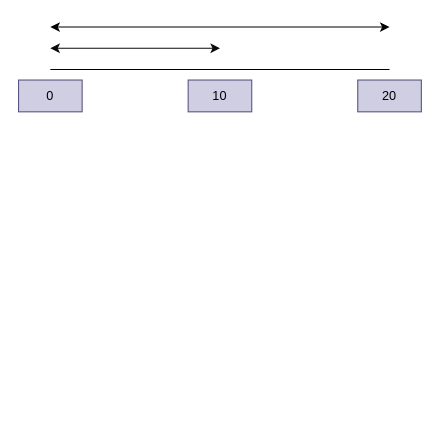
Earlier version of the draw.io diagram Data Science/std_dev.drawio (Navazdeen/ML_handson). Source tidied: cells renumbered, new cells numbered last; positions are measured from the earlier drawing's top-left corner, leaving out a move shared by most shapes. Both pictures are drawn from the tidied source at 106%, with x=0, y=0 at pixel (18, 26).
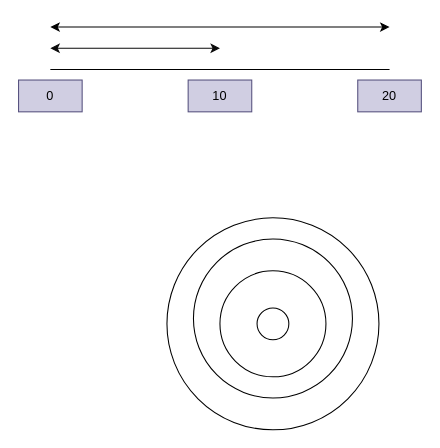
The same diagram, later.

Change to the diagram source:
```diff
@@
 <mxGraphModel background="#ffffff">
   <root>
     <mxCell id="0" />
     <mxCell id="1" parent="0" />
     <mxCell id="2" style="endArrow=none;html=1;strokeColor=#000000;" parent="1" edge="1">
       <mxGeometry relative="1" as="geometry">
         <mxPoint x="30" y="40" as="sourcePoint" />
         <mxPoint x="350" y="40" as="targetPoint" />
       </mxGeometry>
     </mxCell>
     <mxCell id="3" value="0" style="text;html=1;align=center;verticalAlign=middle;whiteSpace=wrap;rounded=0;fillColor=#d0cee2;strokeColor=#56517e;" parent="1" vertex="1">
       <mxGeometry y="50" width="60" height="30" as="geometry" />
     </mxCell>
     <mxCell id="4" value="20" style="text;html=1;strokeColor=#56517e;fillColor=#d0cee2;align=center;verticalAlign=middle;whiteSpace=wrap;rounded=0;" parent="1" vertex="1">
       <mxGeometry x="320" y="50" width="60" height="30" as="geometry" />
     </mxCell>
     <mxCell id="5" value="10" style="text;html=1;strokeColor=#56517e;fillColor=#d0cee2;align=center;verticalAlign=middle;whiteSpace=wrap;rounded=0;" parent="1" vertex="1">
       <mxGeometry x="160" y="50" width="60" height="30" as="geometry" />
     </mxCell>
     <mxCell id="6" style="endArrow=classic;startArrow=classic;html=1;strokeColor=#0A0A0A;" parent="1" edge="1">
       <mxGeometry relative="1" as="geometry">
         <mxPoint x="30" y="20" as="sourcePoint" />
         <mxPoint x="190" y="20" as="targetPoint" />
       </mxGeometry>
     </mxCell>
     <mxCell id="7" style="endArrow=classic;startArrow=classic;html=1;strokeColor=#000000;" parent="1" edge="1">
       <mxGeometry relative="1" as="geometry">
         <mxPoint x="30" as="sourcePoint" />
         <mxPoint x="350" as="targetPoint" />
       </mxGeometry>
     </mxCell>
+    <mxCell id="8" style="ellipse;whiteSpace=wrap;html=1;" parent="1" vertex="1">
+      <mxGeometry x="140" y="180" width="200" height="200" as="geometry" />
+    </mxCell>
+    <mxCell id="9" style="ellipse;whiteSpace=wrap;html=1;" parent="1" vertex="1">
+      <mxGeometry x="165" y="200" width="150" height="150" as="geometry" />
+    </mxCell>
+    <mxCell id="10" style="ellipse;whiteSpace=wrap;html=1;" parent="1" vertex="1">
+      <mxGeometry x="190" y="230" width="100" height="100" as="geometry" />
+    </mxCell>
+    <mxCell id="11" style="ellipse;whiteSpace=wrap;html=1;" parent="1" vertex="1">
+      <mxGeometry x="225" y="265" width="30" height="30" as="geometry" />
+    </mxCell>
   </root>
 </mxGraphModel>
```
